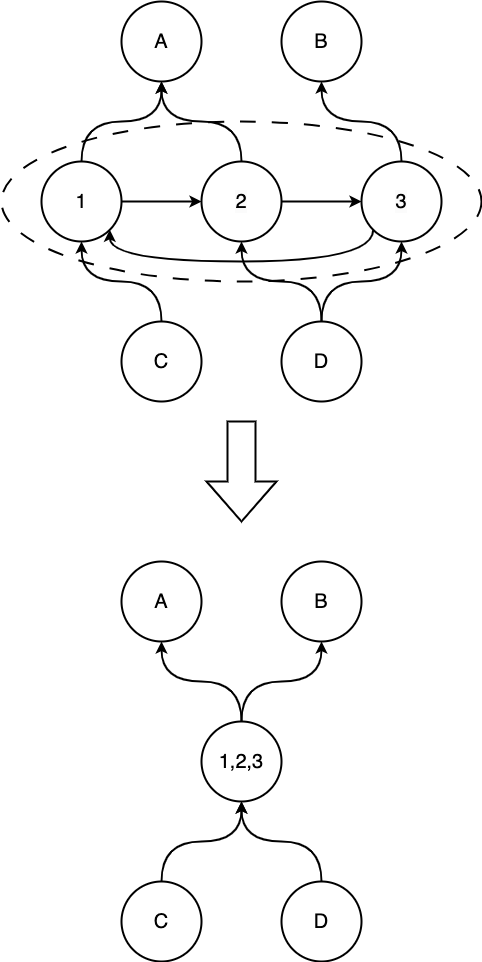
Above: images/merge_example.png in Dambr/yewking (draw.io), before the change. Source tidied: cells renumbered, new cells last; positions are measured from the earlier drawing's top-left corner, leaving out a move shared by most shapes.
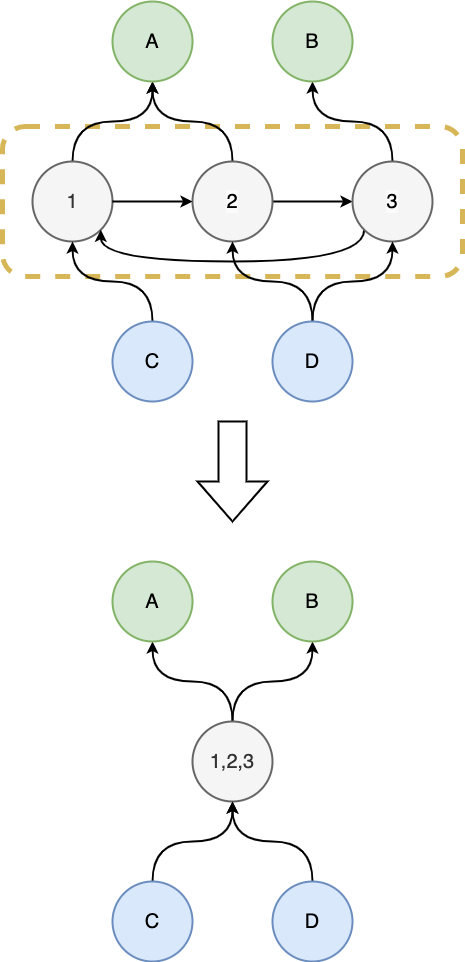
After the commit.

Change to the diagram source:
```diff
@@ -2,13 +2,13 @@
   <root>
     <mxCell id="0" />
     <mxCell id="1" parent="0" />
-    <mxCell id="2" style="ellipse;whiteSpace=wrap;html=1;fillColor=none;dashed=1;dashPattern=8 8;strokeWidth=2;" parent="1" vertex="1">
-      <mxGeometry y="120" width="480" height="160" as="geometry" />
-    </mxCell>
+    <mxCell id="29" style="rounded=1;whiteSpace=wrap;html=1;fillColor=none;strokeWidth=5;dashed=1;strokeColor=#d6b656;perimeterSpacing=0;" parent="1" vertex="1">
+      <mxGeometry x="10" y="125" width="460" height="150" as="geometry" />
+    </mxCell>
     <mxCell id="3" style="edgeStyle=orthogonalEdgeStyle;curved=1;rounded=0;jettySize=auto;html=1;exitX=0.5;exitY=0;exitDx=0;exitDy=0;entryX=0.5;entryY=1;entryDx=0;entryDy=0;strokeWidth=2;" parent="1" edge="1" source="4" target="17">
       <mxGeometry relative="1" as="geometry" />
     </mxCell>
-    <mxCell id="4" value="1" style="ellipse;whiteSpace=wrap;html=1;fontSize=20;strokeWidth=2;" parent="1" vertex="1">
+    <mxCell id="4" value="1" style="ellipse;whiteSpace=wrap;html=1;fontSize=20;strokeWidth=2;fillColor=#f5f5f5;fontColor=#333333;strokeColor=#666666;" parent="1" vertex="1">
       <mxGeometry x="40" y="160" width="80" height="80" as="geometry" />
     </mxCell>
     <mxCell id="5" style="edgeStyle=none;rounded=0;jettySize=auto;html=1;exitX=1;exitY=0.5;exitDx=0;exitDy=0;entryX=0;entryY=0.5;entryDx=0;entryDy=0;strokeWidth=2;" parent="1" edge="1" source="7" target="10">
@@ -17,7 +17,7 @@
     <mxCell id="6" style="edgeStyle=orthogonalEdgeStyle;curved=1;rounded=0;jettySize=auto;html=1;exitX=0.5;exitY=0;exitDx=0;exitDy=0;entryX=0.5;entryY=1;entryDx=0;entryDy=0;strokeWidth=2;" parent="1" edge="1" source="7" target="17">
       <mxGeometry relative="1" as="geometry" />
     </mxCell>
-    <mxCell id="7" value="&lt;span style=&quot;color: rgb(0, 0, 0); font-family: Helvetica; font-size: 20px; font-style: normal; font-variant-ligatures: normal; font-variant-caps: normal; font-weight: 400; letter-spacing: normal; orphans: 2; text-align: center; text-indent: 0px; text-transform: none; widows: 2; word-spacing: 0px; -webkit-text-stroke-width: 0px; white-space: normal; background-color: rgb(251, 251, 251); text-decoration-thickness: initial; text-decoration-style: initial; text-decoration-color: initial; float: none; display: inline !important;&quot;&gt;2&lt;/span&gt;" style="ellipse;whiteSpace=wrap;html=1;fontSize=20;strokeWidth=2;" parent="1" vertex="1">
+    <mxCell id="7" value="&lt;span style=&quot;color: rgb(0, 0, 0); font-family: Helvetica; font-size: 20px; font-style: normal; font-variant-ligatures: normal; font-variant-caps: normal; font-weight: 400; letter-spacing: normal; orphans: 2; text-align: center; text-indent: 0px; text-transform: none; widows: 2; word-spacing: 0px; -webkit-text-stroke-width: 0px; white-space: normal; background-color: rgb(251, 251, 251); text-decoration-thickness: initial; text-decoration-style: initial; text-decoration-color: initial; float: none; display: inline !important;&quot;&gt;2&lt;/span&gt;" style="ellipse;whiteSpace=wrap;html=1;fontSize=20;strokeWidth=2;fillColor=#f5f5f5;fontColor=#333333;strokeColor=#666666;" parent="1" vertex="1">
       <mxGeometry x="200" y="160" width="80" height="80" as="geometry" />
     </mxCell>
     <mxCell id="8" style="edgeStyle=orthogonalEdgeStyle;curved=1;rounded=0;jettySize=auto;html=1;exitX=0;exitY=1;exitDx=0;exitDy=0;entryX=1;entryY=1;entryDx=0;entryDy=0;strokeWidth=2;" parent="1" edge="1" source="10" target="4">
@@ -31,7 +31,7 @@
     <mxCell id="9" style="edgeStyle=orthogonalEdgeStyle;curved=1;rounded=0;jettySize=auto;html=1;exitX=0.5;exitY=0;exitDx=0;exitDy=0;entryX=0.5;entryY=1;entryDx=0;entryDy=0;strokeWidth=2;" parent="1" edge="1" source="10" target="18">
       <mxGeometry relative="1" as="geometry" />
     </mxCell>
-    <mxCell id="10" value="&lt;span style=&quot;color: rgb(0, 0, 0); font-family: Helvetica; font-size: 20px; font-style: normal; font-variant-ligatures: normal; font-variant-caps: normal; font-weight: 400; letter-spacing: normal; orphans: 2; text-align: center; text-indent: 0px; text-transform: none; widows: 2; word-spacing: 0px; -webkit-text-stroke-width: 0px; white-space: normal; background-color: rgb(251, 251, 251); text-decoration-thickness: initial; text-decoration-style: initial; text-decoration-color: initial; float: none; display: inline !important;&quot;&gt;3&lt;/span&gt;" style="ellipse;whiteSpace=wrap;html=1;fontSize=20;strokeWidth=2;" parent="1" vertex="1">
+    <mxCell id="10" value="&lt;span style=&quot;color: rgb(0, 0, 0); font-family: Helvetica; font-size: 20px; font-style: normal; font-variant-ligatures: normal; font-variant-caps: normal; font-weight: 400; letter-spacing: normal; orphans: 2; text-align: center; text-indent: 0px; text-transform: none; widows: 2; word-spacing: 0px; -webkit-text-stroke-width: 0px; white-space: normal; background-color: rgb(251, 251, 251); text-decoration-thickness: initial; text-decoration-style: initial; text-decoration-color: initial; float: none; display: inline !important;&quot;&gt;3&lt;/span&gt;" style="ellipse;whiteSpace=wrap;html=1;fontSize=20;strokeWidth=2;fillColor=#f5f5f5;fontColor=#333333;strokeColor=#666666;" parent="1" vertex="1">
       <mxGeometry x="360" y="160" width="80" height="80" as="geometry" />
     </mxCell>
     <mxCell id="11" style="endArrow=classic;html=1;rounded=0;exitX=1;exitY=0.5;exitDx=0;exitDy=0;entryX=0;entryY=0.5;entryDx=0;entryDy=0;strokeWidth=2;" parent="1" edge="1" source="4" target="7">
@@ -40,7 +40,7 @@
     <mxCell id="12" style="edgeStyle=orthogonalEdgeStyle;curved=1;rounded=0;jettySize=auto;html=1;exitX=0.5;exitY=0;exitDx=0;exitDy=0;entryX=0.5;entryY=1;entryDx=0;entryDy=0;strokeWidth=2;" parent="1" edge="1" source="13" target="4">
       <mxGeometry relative="1" as="geometry" />
     </mxCell>
-    <mxCell id="13" value="C" style="ellipse;whiteSpace=wrap;html=1;fontSize=20;strokeWidth=2;" parent="1" vertex="1">
+    <mxCell id="13" value="C" style="ellipse;whiteSpace=wrap;html=1;fontSize=20;strokeWidth=2;fillColor=#dae8fc;strokeColor=#6c8ebf;" parent="1" vertex="1">
       <mxGeometry x="120" y="320" width="80" height="80" as="geometry" />
     </mxCell>
     <mxCell id="14" style="edgeStyle=orthogonalEdgeStyle;curved=1;rounded=0;jettySize=auto;html=1;exitX=0.5;exitY=0;exitDx=0;exitDy=0;entryX=0.5;entryY=1;entryDx=0;entryDy=0;strokeWidth=2;" parent="1" edge="1" source="16" target="10">
@@ -49,13 +49,13 @@
     <mxCell id="15" style="edgeStyle=orthogonalEdgeStyle;curved=1;rounded=0;jettySize=auto;html=1;exitX=0.5;exitY=0;exitDx=0;exitDy=0;entryX=0.5;entryY=1;entryDx=0;entryDy=0;strokeWidth=2;" parent="1" edge="1" source="16" target="7">
       <mxGeometry relative="1" as="geometry" />
     </mxCell>
-    <mxCell id="16" value="D" style="ellipse;whiteSpace=wrap;html=1;fontSize=20;strokeWidth=2;" parent="1" vertex="1">
+    <mxCell id="16" value="D" style="ellipse;whiteSpace=wrap;html=1;fontSize=20;strokeWidth=2;fillColor=#dae8fc;strokeColor=#6c8ebf;" parent="1" vertex="1">
       <mxGeometry x="280" y="320" width="80" height="80" as="geometry" />
     </mxCell>
-    <mxCell id="17" value="A" style="ellipse;whiteSpace=wrap;html=1;fontSize=20;strokeWidth=2;" parent="1" vertex="1">
+    <mxCell id="17" value="A" style="ellipse;whiteSpace=wrap;html=1;fontSize=20;strokeWidth=2;fillColor=#d5e8d4;strokeColor=#82b366;" parent="1" vertex="1">
       <mxGeometry x="120" width="80" height="80" as="geometry" />
     </mxCell>
-    <mxCell id="18" value="B" style="ellipse;whiteSpace=wrap;html=1;fontSize=20;strokeWidth=2;" parent="1" vertex="1">
+    <mxCell id="18" value="B" style="ellipse;whiteSpace=wrap;html=1;fontSize=20;strokeWidth=2;fillColor=#d5e8d4;strokeColor=#82b366;" parent="1" vertex="1">
       <mxGeometry x="280" width="80" height="80" as="geometry" />
     </mxCell>
     <mxCell id="19" style="html=1;shadow=0;dashed=0;align=center;verticalAlign=middle;shape=mxgraph.arrows2.arrow;dy=0.6;dx=40;direction=south;notch=0;strokeWidth=2;" parent="1" vertex="1">
@@ -67,25 +67,25 @@
     <mxCell id="21" style="edgeStyle=orthogonalEdgeStyle;curved=1;rounded=0;jettySize=auto;html=1;exitX=0.5;exitY=0;exitDx=0;exitDy=0;entryX=0.5;entryY=1;entryDx=0;entryDy=0;strokeWidth=2;" parent="1" edge="1" source="22" target="27">
       <mxGeometry relative="1" as="geometry" />
     </mxCell>
-    <mxCell id="22" value="1,2,3" style="ellipse;whiteSpace=wrap;html=1;fontSize=20;strokeWidth=2;" parent="1" vertex="1">
+    <mxCell id="22" value="1,2,3" style="ellipse;whiteSpace=wrap;html=1;fontSize=20;strokeWidth=2;fillColor=#f5f5f5;fontColor=#333333;strokeColor=#666666;" parent="1" vertex="1">
       <mxGeometry x="200" y="720" width="80" height="80" as="geometry" />
     </mxCell>
     <mxCell id="23" style="edgeStyle=orthogonalEdgeStyle;curved=1;rounded=0;jettySize=auto;html=1;exitX=0.5;exitY=0;exitDx=0;exitDy=0;entryX=0.5;entryY=1;entryDx=0;entryDy=0;strokeWidth=2;" parent="1" edge="1" source="24" target="22">
       <mxGeometry relative="1" as="geometry" />
     </mxCell>
-    <mxCell id="24" value="C" style="ellipse;whiteSpace=wrap;html=1;fontSize=20;strokeWidth=2;" parent="1" vertex="1">
+    <mxCell id="24" value="C" style="ellipse;whiteSpace=wrap;html=1;fontSize=20;strokeWidth=2;fillColor=#dae8fc;strokeColor=#6c8ebf;" parent="1" vertex="1">
       <mxGeometry x="120" y="880" width="80" height="80" as="geometry" />
     </mxCell>
     <mxCell id="25" style="edgeStyle=orthogonalEdgeStyle;curved=1;rounded=0;jettySize=auto;html=1;exitX=0.5;exitY=0;exitDx=0;exitDy=0;entryX=0.5;entryY=1;entryDx=0;entryDy=0;strokeWidth=2;" parent="1" edge="1" source="26" target="22">
       <mxGeometry relative="1" as="geometry" />
     </mxCell>
-    <mxCell id="26" value="D" style="ellipse;whiteSpace=wrap;html=1;fontSize=20;strokeWidth=2;" parent="1" vertex="1">
+    <mxCell id="26" value="D" style="ellipse;whiteSpace=wrap;html=1;fontSize=20;strokeWidth=2;fillColor=#dae8fc;strokeColor=#6c8ebf;" parent="1" vertex="1">
       <mxGeometry x="280" y="880" width="80" height="80" as="geometry" />
     </mxCell>
-    <mxCell id="27" value="A" style="ellipse;whiteSpace=wrap;html=1;fontSize=20;strokeWidth=2;" parent="1" vertex="1">
+    <mxCell id="27" value="A" style="ellipse;whiteSpace=wrap;html=1;fontSize=20;strokeWidth=2;fillColor=#d5e8d4;strokeColor=#82b366;" parent="1" vertex="1">
       <mxGeometry x="120" y="560" width="80" height="80" as="geometry" />
     </mxCell>
-    <mxCell id="28" value="B" style="ellipse;whiteSpace=wrap;html=1;fontSize=20;strokeWidth=2;" parent="1" vertex="1">
+    <mxCell id="28" value="B" style="ellipse;whiteSpace=wrap;html=1;fontSize=20;strokeWidth=2;fillColor=#d5e8d4;strokeColor=#82b366;" parent="1" vertex="1">
       <mxGeometry x="280" y="560" width="80" height="80" as="geometry" />
     </mxCell>
   </root>
```
